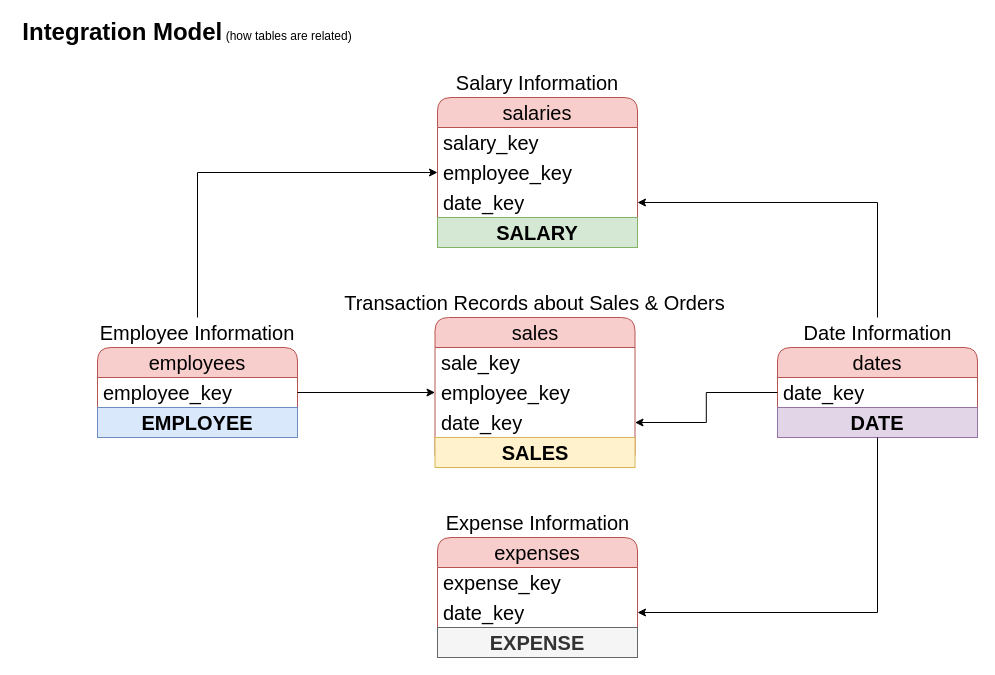
The draw.io diagram Data Engineer Projects/Sales Data Warehouse/docs/Data Integration Model.drawio in marthag0311/Projects, before the edit. Source tidied: cells renumbered, new cells numbered last; positions are measured from the earlier drawing's top-left corner, leaving out a move shared by most shapes. Both pictures are drawn from the tidied source at 100%, with x=0, y=0 at pixel (17, 17).
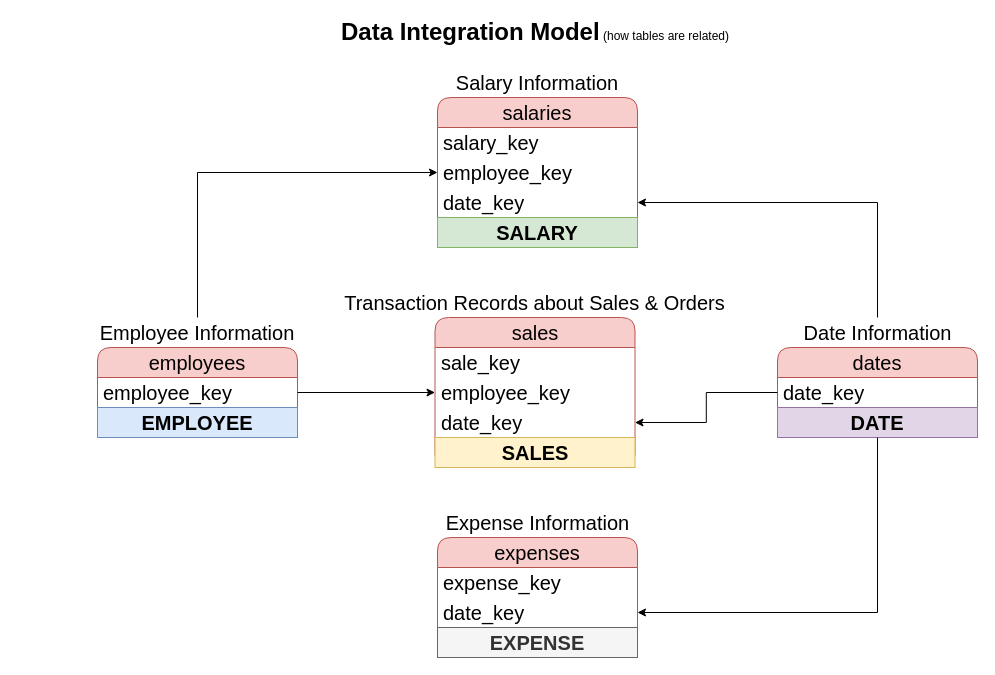
The same page after the edit.

The edit, as a diff of the source:
```diff
@@
-    <mxCell id="2" value="&lt;font style=&quot;font-size: 24px;&quot;&gt;&lt;b&gt;Integration Model&lt;/b&gt;&lt;/font&gt; (how tables are related)" style="text;html=1;align=center;verticalAlign=middle;whiteSpace=wrap;rounded=0;" parent="1" vertex="1">
-      <mxGeometry width="340" height="30" as="geometry" />
+    <mxCell id="2" value="&lt;font style=&quot;font-size: 24px;&quot;&gt;&lt;b&gt;Data Integration Model&lt;/b&gt;&lt;/font&gt; (how tables are related)" style="text;html=1;align=center;verticalAlign=middle;whiteSpace=wrap;rounded=0;" parent="1" vertex="1">
+      <mxGeometry x="317.5" width="400" height="30" as="geometry" />
     </mxCell>
```
